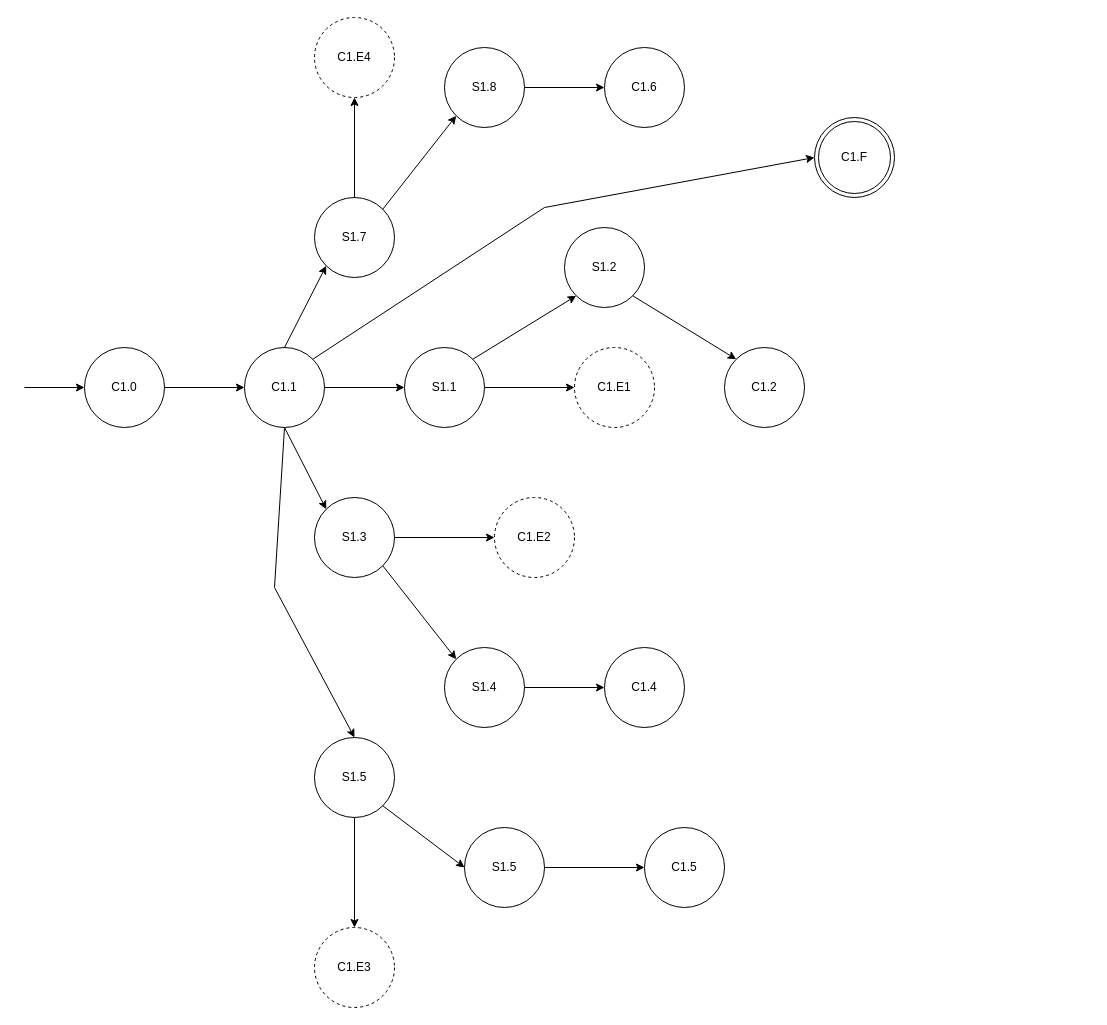
The draw.io diagram Diagramme sans nom.drawio in CodeNelFey/diagramms, before the edit. Source tidied: cells renumbered, new cells numbered last; positions are measured from the earlier drawing's top-left corner, leaving out a move shared by most shapes. Both pictures are drawn from the tidied source at 100%, with x=0, y=0 at pixel (24, 17).
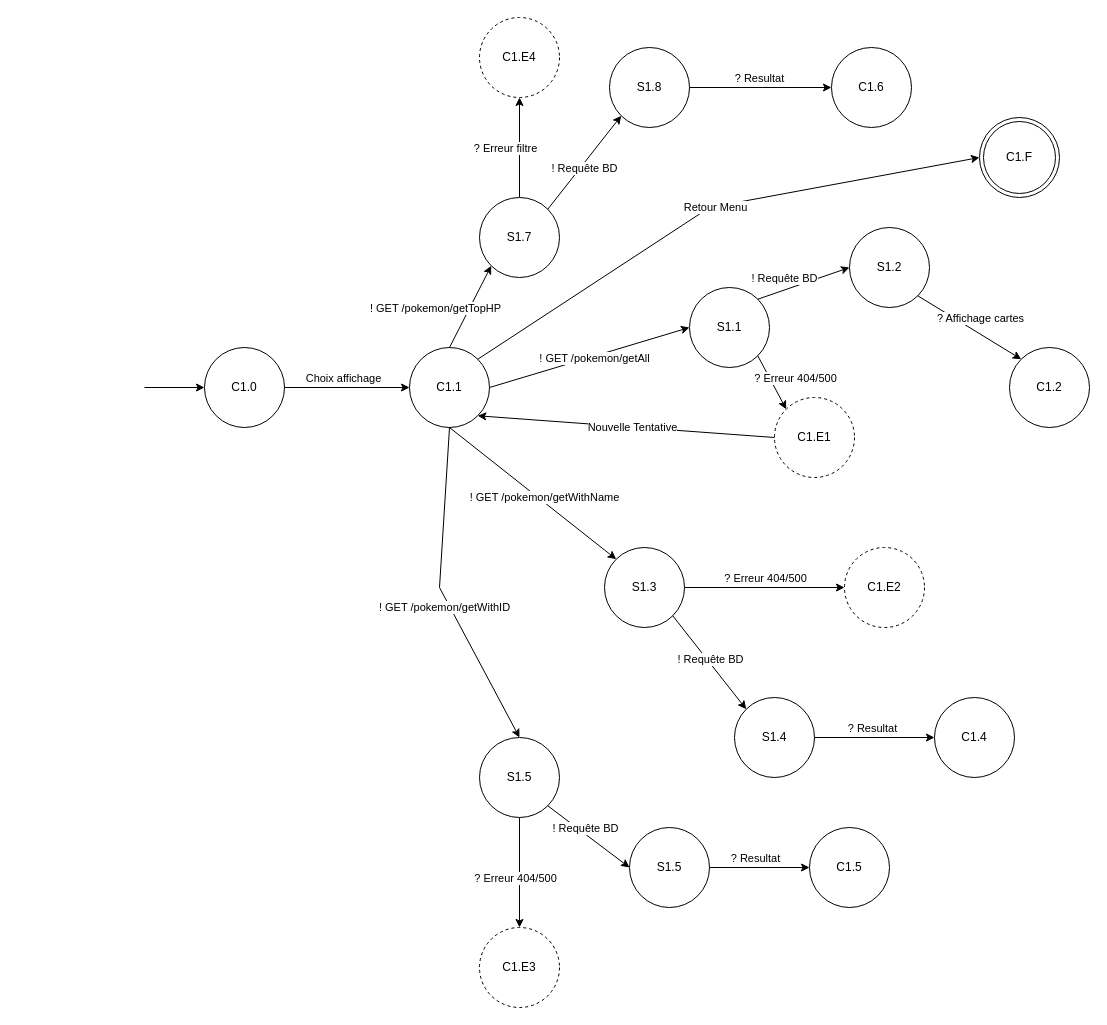
After the change.

Unchanged cells that the change refers to:
```xml
<mxCell id="8" style="endArrow=classic;html=1;rounded=0;exitX=1;exitY=0.5;exitDx=0;exitDy=0;entryX=0;entryY=0.5;entryDx=0;entryDy=0;" parent="1" edge="1" source="2" target="3">
  <mxGeometry relative="1" as="geometry" />
</mxCell>
<mxCell id="9" style="endArrow=classic;html=1;rounded=0;exitX=1;exitY=0.5;exitDx=0;exitDy=0;entryX=0;entryY=0.5;entryDx=0;entryDy=0;" parent="1" edge="1" source="3" target="5">
  <mxGeometry relative="1" as="geometry" />
</mxCell>
<mxCell id="11" style="endArrow=classic;html=1;rounded=0;entryX=0;entryY=0;entryDx=0;entryDy=0;exitX=1;exitY=1;exitDx=0;exitDy=0;" parent="1" edge="1" source="6" target="7">
  <mxGeometry relative="1" as="geometry" />
</mxCell>
<mxCell id="13" style="edgeStyle=orthogonalEdgeStyle;rounded=0;jettySize=auto;html=1;exitX=0.5;exitY=0;exitDx=0;exitDy=0;entryX=0.5;entryY=1;entryDx=0;entryDy=0;" parent="1" edge="1" source="14" target="32">
  <mxGeometry relative="1" as="geometry" />
</mxCell>
<mxCell id="18" style="endArrow=classic;html=1;rounded=0;exitX=0.5;exitY=0;exitDx=0;exitDy=0;entryX=0;entryY=1;entryDx=0;entryDy=0;" parent="1" edge="1" source="3" target="14">
  <mxGeometry relative="1" as="geometry" />
</mxCell>
<mxCell id="19" style="endArrow=classic;html=1;rounded=0;exitX=1;exitY=0;exitDx=0;exitDy=0;entryX=0;entryY=1;entryDx=0;entryDy=0;" parent="1" edge="1" source="14" target="12">
  <mxGeometry relative="1" as="geometry" />
</mxCell>
<mxCell id="20" style="endArrow=classic;html=1;rounded=0;exitX=1;exitY=0.5;exitDx=0;exitDy=0;entryX=0;entryY=0.5;entryDx=0;entryDy=0;" parent="1" edge="1" source="12" target="15">
  <mxGeometry relative="1" as="geometry" />
</mxCell>
<mxCell id="22" style="edgeStyle=orthogonalEdgeStyle;rounded=0;jettySize=auto;html=1;exitX=1;exitY=0.5;exitDx=0;exitDy=0;entryX=0;entryY=0.5;entryDx=0;entryDy=0;" parent="1" edge="1" source="23" target="29">
  <mxGeometry relative="1" as="geometry" />
</mxCell>
<mxCell id="26" style="endArrow=classic;html=1;rounded=0;exitX=1;exitY=1;exitDx=0;exitDy=0;entryX=0;entryY=0;entryDx=0;entryDy=0;" parent="1" edge="1" source="23" target="24">
  <mxGeometry relative="1" as="geometry" />
</mxCell>
<mxCell id="27" style="endArrow=classic;html=1;rounded=0;exitX=0.5;exitY=1;exitDx=0;exitDy=0;entryX=0;entryY=0;entryDx=0;entryDy=0;" parent="1" edge="1" source="3" target="23">
  <mxGeometry relative="1" as="geometry" />
</mxCell>
<mxCell id="28" style="endArrow=classic;html=1;rounded=0;exitX=1;exitY=0.5;exitDx=0;exitDy=0;entryX=0;entryY=0.5;entryDx=0;entryDy=0;" parent="1" edge="1" source="24" target="25">
  <mxGeometry relative="1" as="geometry" />
</mxCell>
```

The edit, as a diff of the source:
```diff
@@
     <mxCell id="2" value="C1.0" style="ellipse;whiteSpace=wrap;html=1;" parent="1" vertex="1">
-      <mxGeometry x="60" y="330" width="80" height="80" as="geometry" />
+      <mxGeometry x="180" y="330" width="80" height="80" as="geometry" />
     </mxCell>
     <mxCell id="3" value="&lt;div&gt;C1.1&lt;/div&gt;" style="ellipse;whiteSpace=wrap;html=1;" parent="1" vertex="1">
-      <mxGeometry x="220" y="330" width="80" height="80" as="geometry" />
+      <mxGeometry x="385" y="330" width="80" height="80" as="geometry" />
     </mxCell>
-    <mxCell id="4" style="edgeStyle=orthogonalEdgeStyle;rounded=0;jettySize=auto;html=1;" parent="1" edge="1" source="5" target="30">
-      <mxGeometry relative="1" as="geometry" />
-    </mxCell>
     <mxCell id="5" value="&lt;div&gt;S1.1&lt;/div&gt;" style="ellipse;whiteSpace=wrap;html=1;" parent="1" vertex="1">
-      <mxGeometry x="380" y="330" width="80" height="80" as="geometry" />
+      <mxGeometry x="665" y="270" width="80" height="80" as="geometry" />
     </mxCell>
     <mxCell id="6" value="&lt;div&gt;S1.2&lt;/div&gt;" style="ellipse;whiteSpace=wrap;html=1;" parent="1" vertex="1">
-      <mxGeometry x="540" y="210" width="80" height="80" as="geometry" />
+      <mxGeometry x="825" y="210" width="80" height="80" as="geometry" />
     </mxCell>
     <mxCell id="7" value="&lt;div&gt;C1.2&lt;/div&gt;" style="ellipse;whiteSpace=wrap;html=1;" parent="1" vertex="1">
-      <mxGeometry x="700" y="330" width="80" height="80" as="geometry" />
+      <mxGeometry x="985" y="330" width="80" height="80" as="geometry" />
     </mxCell>
@@
+    <mxCell id="40" value="&lt;div&gt;Choix affichage&lt;/div&gt;" style="edgeLabel;html=1;align=center;verticalAlign=middle;" parent="8" vertex="1">
+      <mxGeometry x="-0.14" y="4" relative="1" as="geometry">
+        <mxPoint x="4" y="-6" as="offset" />
+      </mxGeometry>
+    </mxCell>
@@
+    <mxCell id="41" value="! GET /pokemon/getAll" style="edgeLabel;html=1;align=center;verticalAlign=middle;" parent="9" vertex="1">
+      <mxGeometry x="0.02" y="1" relative="1" as="geometry">
+        <mxPoint x="3" y="2" as="offset" />
+      </mxGeometry>
+    </mxCell>
-    <mxCell id="10" style="endArrow=classic;html=1;rounded=0;entryX=0;entryY=1;entryDx=0;entryDy=0;exitX=1;exitY=0;exitDx=0;exitDy=0;" parent="1" edge="1" source="5" target="6">
+    <mxCell id="10" style="endArrow=classic;html=1;rounded=0;entryX=0;entryY=0.5;entryDx=0;entryDy=0;exitX=1;exitY=0;exitDx=0;exitDy=0;" parent="1" edge="1" source="5" target="6">
       <mxGeometry relative="1" as="geometry" />
     </mxCell>
+    <mxCell id="42" value="! Requête BD" style="edgeLabel;html=1;align=center;verticalAlign=middle;" parent="10" vertex="1">
+      <mxGeometry x="0.05" relative="1" as="geometry">
+        <mxPoint x="-22" y="-5" as="offset" />
+      </mxGeometry>
+    </mxCell>
@@
+    <mxCell id="43" value="? Affichage cartes" style="edgeLabel;html=1;align=center;verticalAlign=middle;" parent="11" vertex="1">
+      <mxGeometry x="-0.23" y="1" relative="1" as="geometry">
+        <mxPoint x="22" y="-2" as="offset" />
+      </mxGeometry>
+    </mxCell>
     <mxCell id="12" value="&lt;div&gt;S1.8&lt;/div&gt;" style="ellipse;whiteSpace=wrap;html=1;" parent="1" vertex="1">
-      <mxGeometry x="420" y="30" width="80" height="80" as="geometry" />
+      <mxGeometry x="585" y="30" width="80" height="80" as="geometry" />
     </mxCell>
@@
+    <mxCell id="44" value="? Erreur filtre" style="edgeLabel;html=1;align=center;verticalAlign=middle;" parent="13" vertex="1">
+      <mxGeometry x="0.06" relative="1" as="geometry">
+        <mxPoint x="-15" y="3" as="offset" />
+      </mxGeometry>
+    </mxCell>
     <mxCell id="14" value="&lt;div&gt;S1.7&lt;/div&gt;" style="ellipse;whiteSpace=wrap;html=1;" parent="1" vertex="1">
-      <mxGeometry x="290" y="180" width="80" height="80" as="geometry" />
+      <mxGeometry x="455" y="180" width="80" height="80" as="geometry" />
     </mxCell>
     <mxCell id="15" value="&lt;div&gt;C1.6&lt;/div&gt;" style="ellipse;whiteSpace=wrap;html=1;" parent="1" vertex="1">
-      <mxGeometry x="580" y="30" width="80" height="80" as="geometry" />
+      <mxGeometry x="807" y="30" width="80" height="80" as="geometry" />
     </mxCell>
     <mxCell id="16" value="C1.F" style="ellipse;shape=doubleEllipse;whiteSpace=wrap;html=1;" parent="1" vertex="1">
-      <mxGeometry x="790" y="100" width="80" height="80" as="geometry" />
+      <mxGeometry x="955" y="100" width="80" height="80" as="geometry" />
     </mxCell>
     <mxCell id="17" style="endArrow=classic;html=1;rounded=0;" parent="1" edge="1">
       <mxGeometry relative="1" as="geometry">
-        <mxPoint y="370" as="sourcePoint" />
-        <mxPoint x="60" y="370" as="targetPoint" />
+        <mxPoint x="120" y="370" as="sourcePoint" />
+        <mxPoint x="180" y="370" as="targetPoint" />
       </mxGeometry>
     </mxCell>
@@
+    <mxCell id="45" value="! GET /pokemon/getTopHP" style="edgeLabel;html=1;align=center;verticalAlign=middle;" parent="18" vertex="1">
+      <mxGeometry x="-0.05" y="1" relative="1" as="geometry">
+        <mxPoint x="-34" as="offset" />
+      </mxGeometry>
+    </mxCell>
@@
+    <mxCell id="46" value="! Requête BD" style="edgeLabel;html=1;align=center;verticalAlign=middle;" parent="19" vertex="1">
+      <mxGeometry x="0.05" y="1" relative="1" as="geometry">
+        <mxPoint x="-1" y="8" as="offset" />
+      </mxGeometry>
+    </mxCell>
@@
+    <mxCell id="47" value="? Resultat" style="edgeLabel;html=1;align=center;verticalAlign=middle;" parent="20" vertex="1">
+      <mxGeometry x="-0.03" relative="1" as="geometry">
+        <mxPoint y="-10" as="offset" />
+      </mxGeometry>
+    </mxCell>
     <mxCell id="21" style="endArrow=classic;html=1;rounded=0;exitX=1;exitY=0;exitDx=0;exitDy=0;entryX=0;entryY=0.5;entryDx=0;entryDy=0;" parent="1" edge="1" source="3" target="16">
       <mxGeometry relative="1" as="geometry">
         <Array as="points">
-          <mxPoint x="520" y="190" />
+          <mxPoint x="685" y="190" />
         </Array>
       </mxGeometry>
     </mxCell>
+    <mxCell id="48" value="Retour Menu" style="edgeLabel;html=1;align=center;verticalAlign=middle;" parent="21" vertex="1">
+      <mxGeometry x="0.09" y="3" relative="1" as="geometry">
+        <mxPoint x="-18" y="7" as="offset" />
+      </mxGeometry>
+    </mxCell>
@@
+    <mxCell id="49" value="? Erreur 404/500" style="edgeLabel;html=1;align=center;verticalAlign=middle;" parent="22" vertex="1">
+      <mxGeometry x="-0.29" y="-2" relative="1" as="geometry">
+        <mxPoint x="23" y="-12" as="offset" />
+      </mxGeometry>
+    </mxCell>
     <mxCell id="23" value="S1.3" style="ellipse;whiteSpace=wrap;html=1;" parent="1" vertex="1">
-      <mxGeometry x="290" y="480" width="80" height="80" as="geometry" />
+      <mxGeometry x="580" y="530" width="80" height="80" as="geometry" />
     </mxCell>
     <mxCell id="24" value="S1.4" style="ellipse;whiteSpace=wrap;html=1;" parent="1" vertex="1">
-      <mxGeometry x="420" y="630" width="80" height="80" as="geometry" />
+      <mxGeometry x="710" y="680" width="80" height="80" as="geometry" />
     </mxCell>
     <mxCell id="25" value="C1.4" style="ellipse;whiteSpace=wrap;html=1;" parent="1" vertex="1">
-      <mxGeometry x="580" y="630" width="80" height="80" as="geometry" />
+      <mxGeometry x="910" y="680" width="80" height="80" as="geometry" />
     </mxCell>
@@
+    <mxCell id="50" value="! Requête BD" style="edgeLabel;html=1;align=center;verticalAlign=middle;" parent="26" vertex="1">
+      <mxGeometry x="-0.04" y="3" relative="1" as="geometry" />
+    </mxCell>
@@
+    <mxCell id="51" value="! GET /pokemon/getWithName" style="edgeLabel;html=1;align=center;verticalAlign=middle;" parent="27" vertex="1">
+      <mxGeometry x="0.01" y="1" relative="1" as="geometry">
+        <mxPoint x="10" y="4" as="offset" />
+      </mxGeometry>
+    </mxCell>
@@
+    <mxCell id="52" value="? Resultat" style="edgeLabel;html=1;align=center;verticalAlign=middle;" parent="28" vertex="1">
+      <mxGeometry x="-0.13" relative="1" as="geometry">
+        <mxPoint x="5" y="-10" as="offset" />
+      </mxGeometry>
+    </mxCell>
     <mxCell id="29" value="C1.E2" style="ellipse;whiteSpace=wrap;html=1;align=center;dashed=1;" parent="1" vertex="1">
-      <mxGeometry x="470" y="480" width="80" height="80" as="geometry" />
+      <mxGeometry x="820" y="530" width="80" height="80" as="geometry" />
     </mxCell>
     <mxCell id="30" value="C1.E1" style="ellipse;whiteSpace=wrap;html=1;align=center;dashed=1;" parent="1" vertex="1">
-      <mxGeometry x="550" y="330" width="80" height="80" as="geometry" />
+      <mxGeometry x="750" y="380" width="80" height="80" as="geometry" />
     </mxCell>
     <mxCell id="31" value="C1.E3" style="ellipse;whiteSpace=wrap;html=1;align=center;dashed=1;" parent="1" vertex="1">
-      <mxGeometry x="290" y="910" width="80" height="80" as="geometry" />
+      <mxGeometry x="455" y="910" width="80" height="80" as="geometry" />
     </mxCell>
     <mxCell id="32" value="C1.E4" style="ellipse;whiteSpace=wrap;html=1;align=center;dashed=1;" parent="1" vertex="1">
-      <mxGeometry x="290" width="80" height="80" as="geometry" />
+      <mxGeometry x="455" width="80" height="80" as="geometry" />
     </mxCell>
@@
     <mxCell id="34" value="S1.5" style="ellipse;whiteSpace=wrap;html=1;" parent="1" vertex="1">
-      <mxGeometry x="290" y="720" width="80" height="80" as="geometry" />
+      <mxGeometry x="455" y="720" width="80" height="80" as="geometry" />
     </mxCell>
     <mxCell id="35" value="S1.5" style="ellipse;whiteSpace=wrap;html=1;" parent="1" vertex="1">
-      <mxGeometry x="440" y="810" width="80" height="80" as="geometry" />
+      <mxGeometry x="605" y="810" width="80" height="80" as="geometry" />
     </mxCell>
     <mxCell id="36" value="C1.5" style="ellipse;whiteSpace=wrap;html=1;" parent="1" vertex="1">
-      <mxGeometry x="620" y="810" width="80" height="80" as="geometry" />
+      <mxGeometry x="785" y="810" width="80" height="80" as="geometry" />
     </mxCell>
     <mxCell id="37" style="endArrow=classic;html=1;rounded=0;entryX=0.5;entryY=0;entryDx=0;entryDy=0;exitX=0.5;exitY=1;exitDx=0;exitDy=0;" parent="1" edge="1" source="3" target="34">
       <mxGeometry relative="1" as="geometry">
         <Array as="points">
-          <mxPoint x="250" y="570" />
+          <mxPoint x="415" y="570" />
         </Array>
       </mxGeometry>
     </mxCell>
+    <mxCell id="53" value="! GET /pokemon/getWithID" style="edgeLabel;html=1;align=center;verticalAlign=middle;" parent="37" vertex="1">
+      <mxGeometry x="0.07" y="-1" relative="1" as="geometry">
+        <mxPoint x="-2" y="4" as="offset" />
+      </mxGeometry>
+    </mxCell>
@@
+    <mxCell id="4" style="endArrow=classic;html=1;rounded=0;entryX=0;entryY=0;entryDx=0;entryDy=0;exitX=1;exitY=1;exitDx=0;exitDy=0;" parent="1" edge="1" source="5" target="30">
+      <mxGeometry relative="1" as="geometry" />
+    </mxCell>
+    <mxCell id="54" style="endArrow=classic;html=1;rounded=0;entryX=1;entryY=1;entryDx=0;entryDy=0;exitX=0;exitY=0.5;exitDx=0;exitDy=0;" parent="1" edge="1" source="30" target="3">
+      <mxGeometry relative="1" as="geometry" />
+    </mxCell>
+    <mxCell id="55" value="? Erreur 404/500" style="edgeLabel;html=1;align=center;verticalAlign=middle;" parent="54" vertex="1">
+      <mxGeometry x="-0.17" y="2" relative="1" as="geometry">
+        <mxPoint x="143" y="-53" as="offset" />
+      </mxGeometry>
+    </mxCell>
+    <mxCell id="56" value="Nouvelle Tentative" style="edgeLabel;html=1;align=center;verticalAlign=middle;" parent="54" vertex="1">
+      <mxGeometry x="-0.04" relative="1" as="geometry" />
+    </mxCell>
+    <mxCell id="57" value="! Requête BD" style="edgeLabel;html=1;align=center;verticalAlign=middle;" parent="1" vertex="1">
+      <mxGeometry x="560" y="810" as="geometry" />
+    </mxCell>
+    <mxCell id="58" value="? Resultat" style="edgeLabel;html=1;align=center;verticalAlign=middle;" parent="1" vertex="1">
+      <mxGeometry x="730" y="840" as="geometry" />
+    </mxCell>
+    <mxCell id="59" value="? Erreur 404/500" style="edgeLabel;html=1;align=center;verticalAlign=middle;" parent="1" vertex="1">
+      <mxGeometry x="490" y="860" as="geometry" />
+    </mxCell>
```
